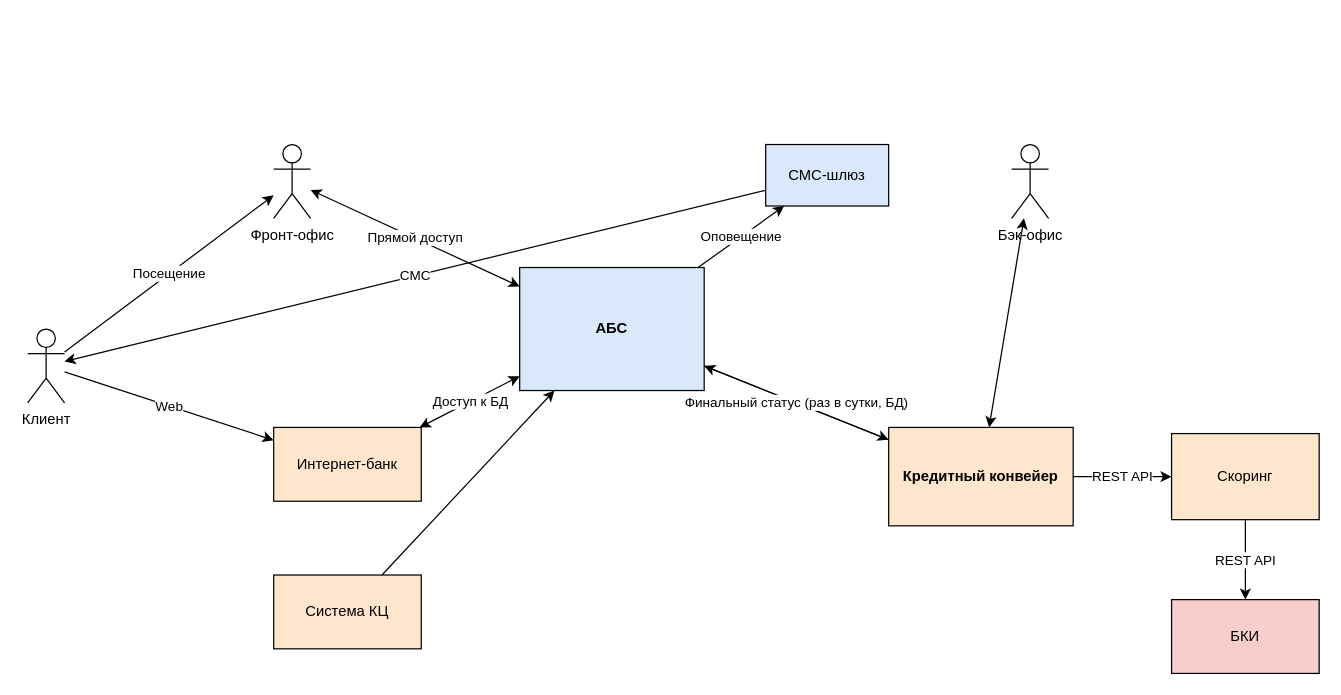
alexruek/architecture-pro-standart keeps this draw.io diagram as Task1/integration-schema.drawio. Above is the earlier version. Source tidied: cells renumbered, new cells numbered last; positions are measured from the earlier drawing's top-left corner, leaving out a move shared by most shapes. Both pictures are drawn from the tidied source at 123%, with x=0, y=0 at pixel (27, 144).
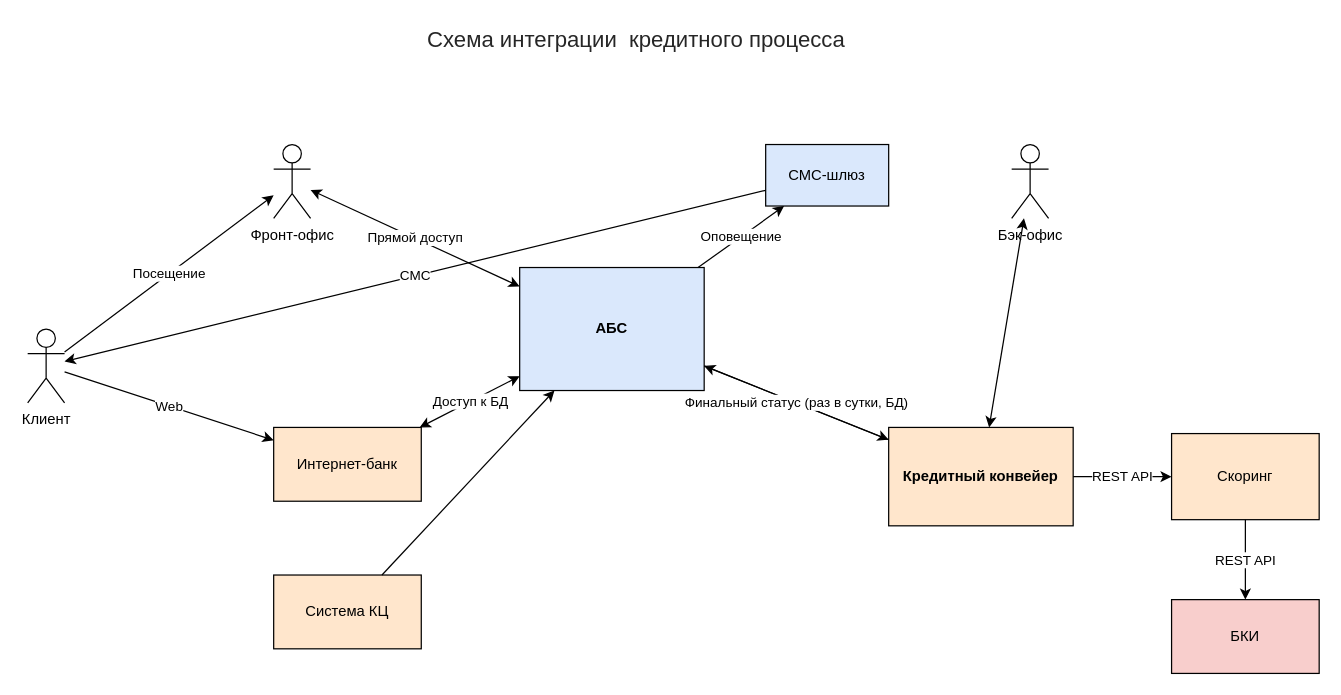
After the change.

The edit, as a diff of the source:
```diff
@@
+    <mxCell id="24" value="&lt;span style=&quot;color: rgba(0, 0, 0, 0.85); font-family: &amp;quot;YS Text&amp;quot;, sans-serif; font-size: 18px; text-align: start; white-space-collapse: preserve; background-color: rgb(255, 255, 255);&quot;&gt;Cхема интеграции  кредитного процесса&lt;/span&gt;" style="text;html=1;whiteSpace=wrap;strokeColor=none;fillColor=none;align=center;verticalAlign=middle;rounded=0;" parent="1" vertex="1">
+      <mxGeometry x="240" y="-100" width="510" height="30" as="geometry" />
+    </mxCell>
```
